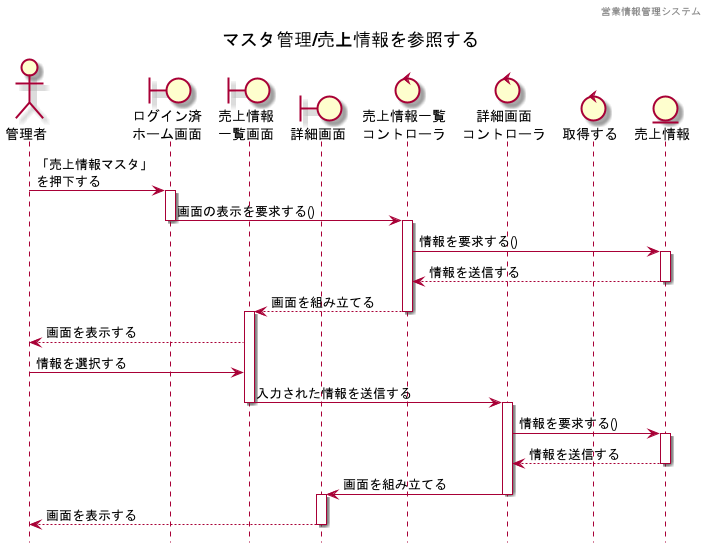
HaruShim/Sotuken keeps this PlantUML diagram as 各種設計書/4シーケンス図/images/売上情報マスタ/売上情報管理_参照.png. Above is the earlier version. The source it was exported from:
```plantuml
@startuml ../../images/売上情報マスタ/売上情報管理_参照

hide footbox
header 営業情報管理システム
title マスタ管理/売上情報を参照する

actor "管理者" as a1

boundary "ログイン済\nホーム画面" as b1
boundary "売上情報\n一覧画面" as b2
boundary "詳細画面" as b3

control "売上情報一覧\nコントローラ" as c1
control "詳細画面\nコントローラ" as c2
control "取得する" as c3

entity "売上情報" as e1

a1 -> b1 :「売上情報マスタ」\nを押下する
activate b1
b1 -> c1 : 画面の表示を要求する()
deactivate b1
activate c1
c1 -> e1: 情報を要求する()
activate e1
e1 --> c1: 情報を送信する
deactivate e1
c1 --> b2: 画面を組み立てる
deactivate c1
activate b2
b2 --> a1 : 画面を表示する
a1 -> b2 : 情報を選択する
b2 -> c2 : 入力された情報を送信する
deactivate b2
activate c2
c2 -> e1 : 情報を要求する()
activate e1
e1 --> c2 : 情報を送信する
deactivate e1
c2 -> b3 : 画面を組み立てる
deactivate c2
activate b3
b3 --> a1 : 画面を表示する
deactivate b3

@enduml
```
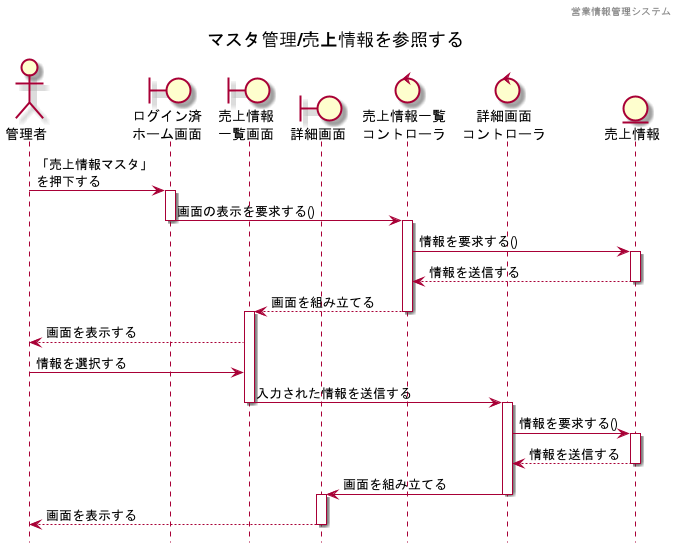
After the commit.

The edit, as a diff of the source:
```diff
@@ -12,7 +12,6 @@
 
 control "売上情報一覧\nコントローラ" as c1
 control "詳細画面\nコントローラ" as c2
-control "取得する" as c3
 
 entity "売上情報" as e1
 
```
